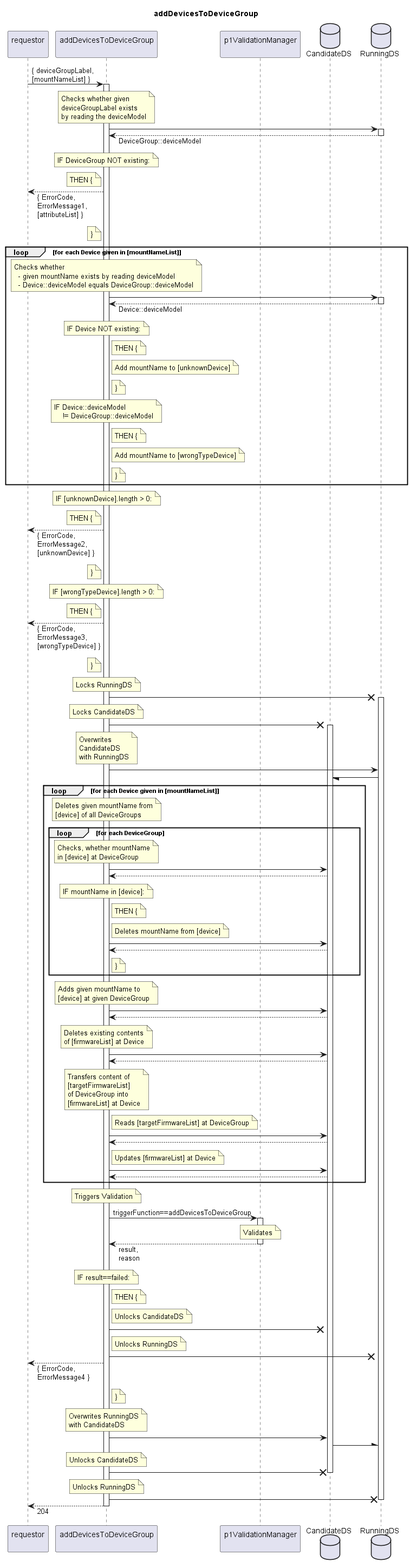
openBackhaul/FirmWareManager keeps this PlantUML diagram as spec/Services/addDevicesToDeviceGroup/1.0.0/addDevicesToDeviceGroup.png. Above is the earlier version.
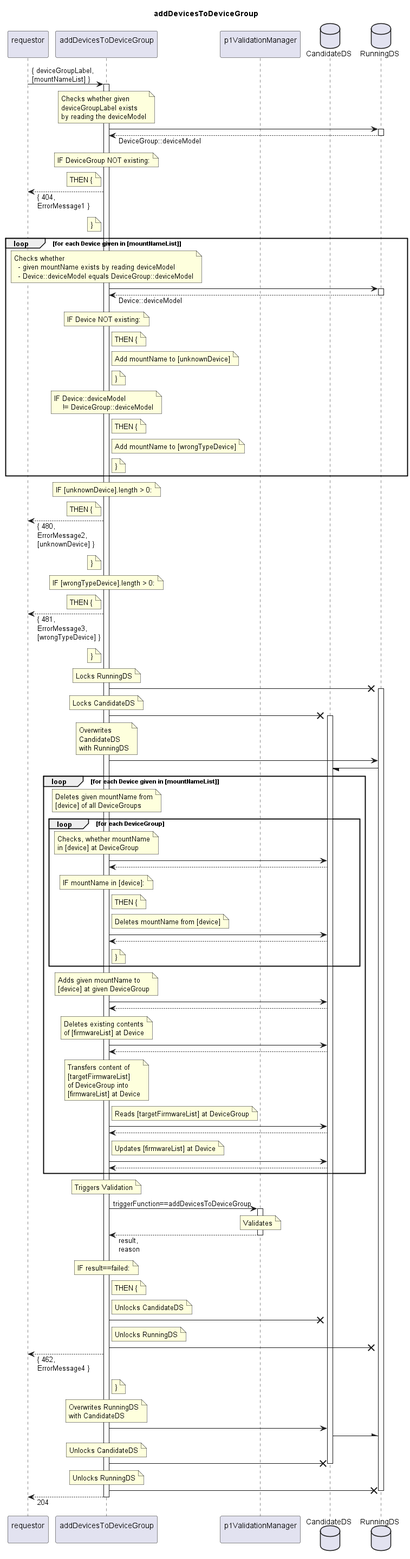
Later version of the same file.

Change to the diagram source:
```diff
@@ -29,7 +29,7 @@
   note left indServ
     THEN {
   end note
-  requestor <-- indServ: { ErrorCode,\nErrorMessage1,\n[attributeList] }
+  requestor <-- indServ: { 404,\nErrorMessage1 }
   note left indServ
     }
   end note
@@ -76,7 +76,7 @@
   note left indServ
     THEN {
   end note
-  requestor <-- indServ: { ErrorCode,\nErrorMessage2,\n[unknownDevice] }
+  requestor <-- indServ: { 480,\nErrorMessage2,\n[unknownDevice] }
   note left indServ
     }
   end note
@@ -86,7 +86,7 @@
   note left indServ
     THEN {
   end note
-  requestor <-- indServ: { ErrorCode,\nErrorMessage3,\n[wrongTypeDevice] }
+  requestor <-- indServ: { 481,\nErrorMessage3,\n[wrongTypeDevice] }
   note left indServ
     }
   end note
@@ -193,7 +193,7 @@
     Unlocks RunningDS
   end note
   indServ -X RunDS
-  requestor <-- indServ: { ErrorCode,\nErrorMessage4 }
+  requestor <-- indServ: { 462,\nErrorMessage4 }
   note right indServ
     }
   end note
```
